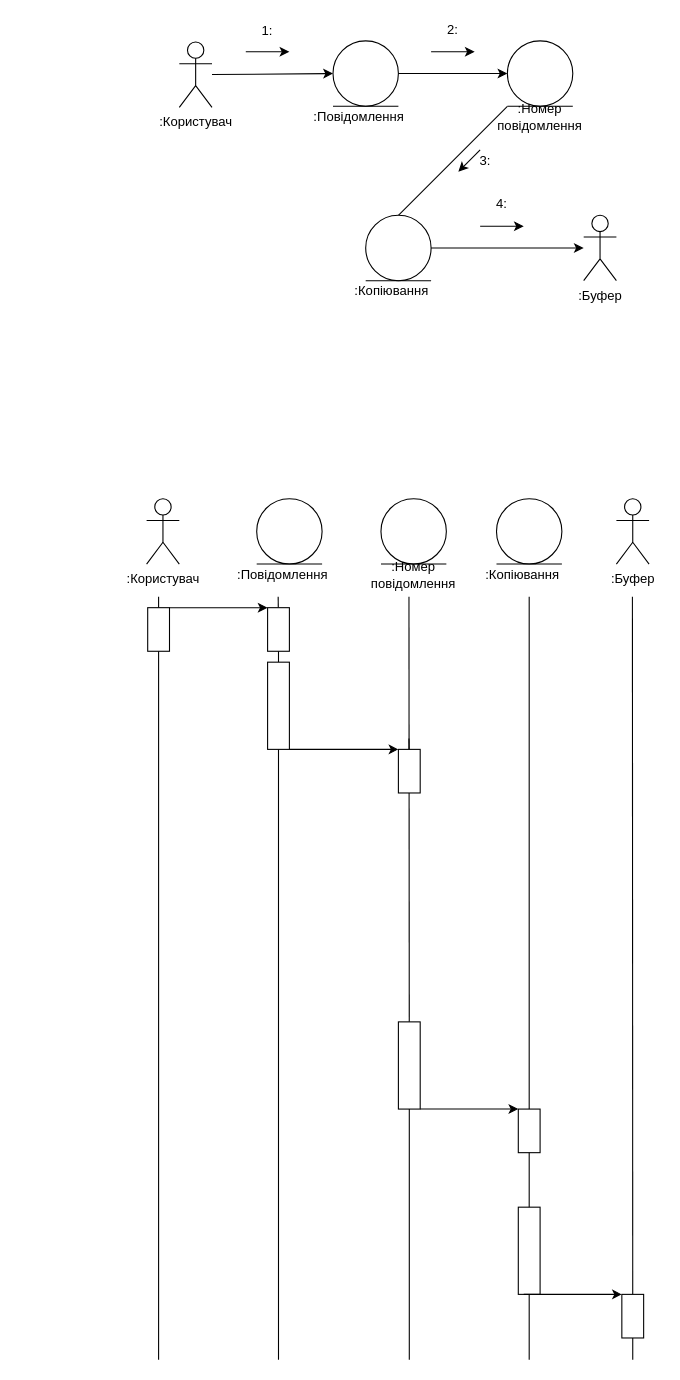
Earlier version of the draw.io diagram Untitled Diagram.drawio (YuraChernii/Dynamics365). Source tidied: cells renumbered, new cells numbered last; positions are measured from the earlier drawing's top-left corner, leaving out a move shared by most shapes. Both pictures are drawn from the tidied source at 109%, with x=0, y=0 at pixel (146, 19).
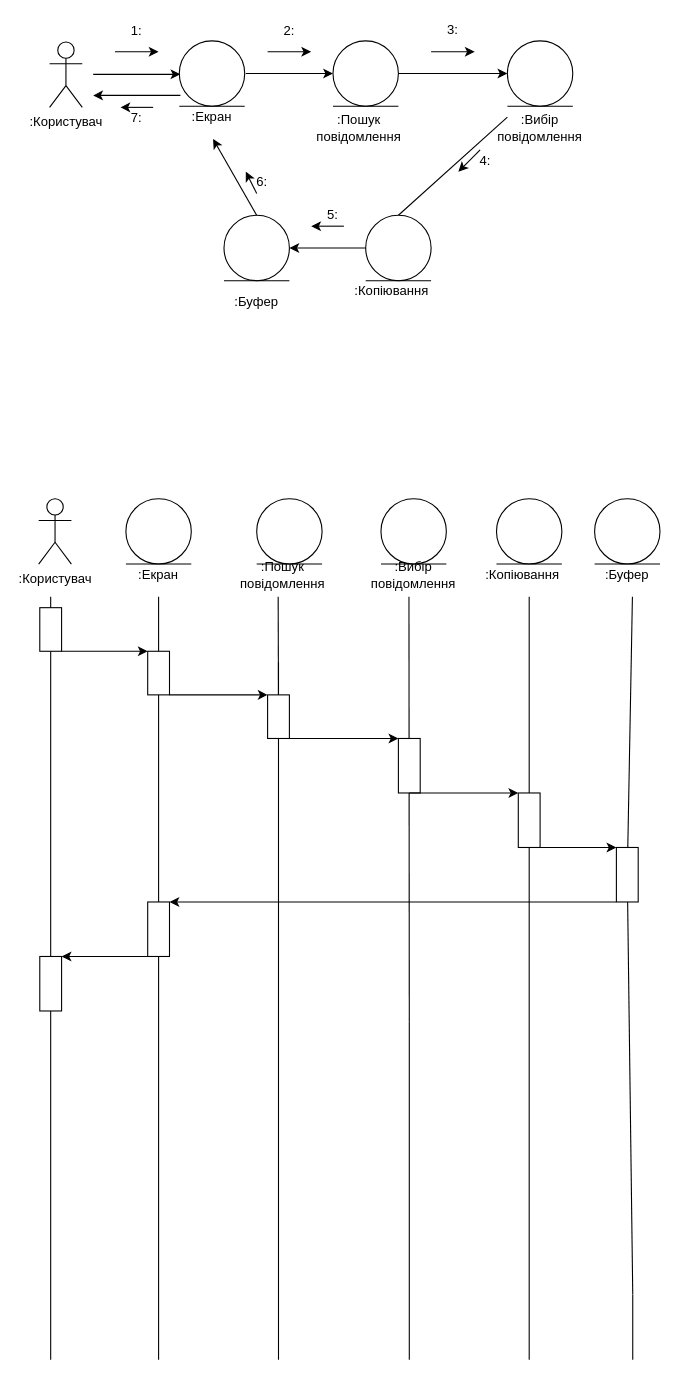
The same diagram, later.

The change refers to these unchanged cells:
```xml
<mxCell id="3" style="ellipse;whiteSpace=wrap;html=1;" parent="1" vertex="1">
  <mxGeometry x="171" y="20" width="60" height="60" as="geometry" />
</mxCell>
<mxCell id="16" style="ellipse;whiteSpace=wrap;html=1;" parent="1" vertex="1">
  <mxGeometry x="201" y="180" width="60" height="60" as="geometry" />
</mxCell>
```

The edit, as a diff of the source:
```diff
@@
-    <mxCell id="2" value=":Користувач" style="shape=umlActor;verticalLabelPosition=bottom;verticalAlign=top;html=1;outlineConnect=0;" parent="1" vertex="1">
-      <mxGeometry x="30" y="21" width="30" height="60" as="geometry" />
-    </mxCell>
@@
-    <mxCell id="5" value=":Повідомлення" style="text;html=1;strokeColor=none;fillColor=none;align=center;verticalAlign=middle;whiteSpace=wrap;rounded=0;" parent="1" vertex="1">
-      <mxGeometry x="175" y="80" width="40" height="20" as="geometry" />
+    <mxCell id="5" value=":Пошук повідомлення" style="text;html=1;strokeColor=none;fillColor=none;align=center;verticalAlign=middle;whiteSpace=wrap;rounded=0;" parent="1" vertex="1">
+      <mxGeometry x="175" y="90" width="40" height="20" as="geometry" />
     </mxCell>
-    <mxCell id="6" style="endArrow=classic;html=1;entryX=0;entryY=0.5;entryDx=0;entryDy=0;" parent="1" edge="1" source="2" target="3">
-      <mxGeometry relative="1" as="geometry" />
+    <mxCell id="6" style="endArrow=classic;html=1;entryX=0;entryY=0.5;entryDx=0;entryDy=0;" parent="1" edge="1" target="3">
+      <mxGeometry relative="1" as="geometry">
+        <mxPoint x="91" y="50" as="sourcePoint" />
+      </mxGeometry>
     </mxCell>
@@
-    <mxCell id="10" value=":Номер повідомлення" style="text;html=1;strokeColor=none;fillColor=none;align=center;verticalAlign=middle;whiteSpace=wrap;rounded=0;" parent="1" vertex="1">
-      <mxGeometry x="341" y="80" width="40" height="20" as="geometry" />
+    <mxCell id="10" value=":Вибір повідомлення" style="text;html=1;strokeColor=none;fillColor=none;align=center;verticalAlign=middle;whiteSpace=wrap;rounded=0;" parent="1" vertex="1">
+      <mxGeometry x="341" y="90" width="40" height="20" as="geometry" />
     </mxCell>
-    <mxCell id="11" style="endArrow=classic;html=1;" parent="1" edge="1">
-      <mxGeometry relative="1" as="geometry">
-        <mxPoint x="91" y="30" as="sourcePoint" />
-        <mxPoint x="131" y="30" as="targetPoint" />
-      </mxGeometry>
-    </mxCell>
@@
-    <mxCell id="13" value="1:" style="text;html=1;strokeColor=none;fillColor=none;align=center;verticalAlign=middle;whiteSpace=wrap;rounded=0;" parent="1" vertex="1">
-      <mxGeometry x="91" y="1" width="40" height="20" as="geometry" />
-    </mxCell>
-    <mxCell id="14" value="2:" style="text;html=1;strokeColor=none;fillColor=none;align=center;verticalAlign=middle;whiteSpace=wrap;rounded=0;" parent="1" vertex="1">
+    <mxCell id="14" value="3:" style="text;html=1;strokeColor=none;fillColor=none;align=center;verticalAlign=middle;whiteSpace=wrap;rounded=0;" parent="1" vertex="1">
       <mxGeometry x="261" width="40" height="20" as="geometry" />
     </mxCell>
@@
-    <mxCell id="19" value=":Буфер" style="shape=umlActor;verticalLabelPosition=bottom;verticalAlign=top;html=1;outlineConnect=0;" parent="1" vertex="1">
-      <mxGeometry x="401" y="180" width="30" height="60" as="geometry" />
-    </mxCell>
     <mxCell id="20" style="endArrow=classic;html=1;" parent="1" edge="1">
       <mxGeometry relative="1" as="geometry">
-        <mxPoint x="306" y="190" as="sourcePoint" />
-        <mxPoint x="346" y="190" as="targetPoint" />
+        <mxPoint x="181" y="190" as="sourcePoint" />
+        <mxPoint x="151" y="190" as="targetPoint" />
       </mxGeometry>
     </mxCell>
-    <mxCell id="21" value="4:" style="text;html=1;strokeColor=none;fillColor=none;align=center;verticalAlign=middle;whiteSpace=wrap;rounded=0;" parent="1" vertex="1">
-      <mxGeometry x="306" y="160" width="40" height="20" as="geometry" />
+    <mxCell id="21" value="5:" style="text;html=1;strokeColor=none;fillColor=none;align=center;verticalAlign=middle;whiteSpace=wrap;rounded=0;" parent="1" vertex="1">
+      <mxGeometry x="151" y="170" width="40" height="20" as="geometry" />
     </mxCell>
@@
-    <mxCell id="23" value="3:" style="text;html=1;strokeColor=none;fillColor=none;align=center;verticalAlign=middle;whiteSpace=wrap;rounded=0;" parent="1" vertex="1">
+    <mxCell id="23" value="4:" style="text;html=1;strokeColor=none;fillColor=none;align=center;verticalAlign=middle;whiteSpace=wrap;rounded=0;" parent="1" vertex="1">
       <mxGeometry x="291" y="120" width="40" height="20" as="geometry" />
     </mxCell>
-    <mxCell id="24" style="endArrow=classic;html=1;exitX=1;exitY=0.5;exitDx=0;exitDy=0;" parent="1" edge="1" source="16" target="19">
-      <mxGeometry relative="1" as="geometry" />
+    <mxCell id="24" style="endArrow=classic;html=1;" parent="1" edge="1">
+      <mxGeometry relative="1" as="geometry">
+        <mxPoint x="201" y="210" as="sourcePoint" />
+        <mxPoint x="131" y="210" as="targetPoint" />
+      </mxGeometry>
     </mxCell>
-    <mxCell id="25" value=":Користувач" style="shape=umlActor;verticalLabelPosition=bottom;verticalAlign=top;html=1;" parent="1" vertex="1">
-      <mxGeometry y="440" width="30" height="60" as="geometry" />
-    </mxCell>
@@
-    <mxCell id="28" value=":Повідомлення" style="text;html=1;strokeColor=none;fillColor=none;align=center;verticalAlign=middle;whiteSpace=wrap;rounded=0;" parent="1" vertex="1">
+    <mxCell id="28" value=":Пошук повідомлення" style="text;html=1;strokeColor=none;fillColor=none;align=center;verticalAlign=middle;whiteSpace=wrap;rounded=0;" parent="1" vertex="1">
       <mxGeometry x="105" y="500" width="40" height="20" as="geometry" />
     </mxCell>
@@
-    <mxCell id="31" value=":Номер повідомлення" style="text;html=1;strokeColor=none;fillColor=none;align=center;verticalAlign=middle;whiteSpace=wrap;rounded=0;" parent="1" vertex="1">
+    <mxCell id="31" value=":Вибір повідомлення" style="text;html=1;strokeColor=none;fillColor=none;align=center;verticalAlign=middle;whiteSpace=wrap;rounded=0;" parent="1" vertex="1">
       <mxGeometry x="225" y="500" width="40" height="20" as="geometry" />
     </mxCell>
@@
-    <mxCell id="35" value=":Буфер" style="shape=umlActor;verticalLabelPosition=bottom;verticalAlign=top;html=1;" parent="1" vertex="1">
-      <mxGeometry x="431" y="440" width="30" height="60" as="geometry" />
-    </mxCell>
-    <mxCell id="36" style="endArrow=none;html=1;" parent="1" edge="1">
+    <mxCell id="36" style="endArrow=none;html=1;startArrow=none;" parent="1" edge="1" source="37">
       <mxGeometry relative="1" as="geometry">
-        <mxPoint x="11" y="1230" as="sourcePoint" />
         <mxPoint x="11" y="530" as="targetPoint" />
       </mxGeometry>
     </mxCell>
-    <mxCell id="37" style="rounded=0;whiteSpace=wrap;html=1;" parent="1" vertex="1">
-      <mxGeometry x="1" y="540" width="20" height="40" as="geometry" />
-    </mxCell>
-    <mxCell id="38" style="endArrow=classic;html=1;exitX=1;exitY=0;exitDx=0;exitDy=0;entryX=0;entryY=0;entryDx=0;entryDy=0;" parent="1" edge="1" source="37" target="40">
+    <mxCell id="38" style="endArrow=classic;html=1;exitX=1;exitY=1;exitDx=0;exitDy=0;entryX=0;entryY=0;entryDx=0;entryDy=0;" parent="1" edge="1" source="37" target="40">
       <mxGeometry relative="1" as="geometry" />
     </mxCell>
@@
     <mxCell id="40" style="rounded=0;whiteSpace=wrap;html=1;" parent="1" vertex="1">
-      <mxGeometry x="111" y="540" width="20" height="40" as="geometry" />
+      <mxGeometry x="111" y="620" width="20" height="40" as="geometry" />
     </mxCell>
-    <mxCell id="41" style="endArrow=none;html=1;" parent="1" edge="1" source="42" target="40">
-      <mxGeometry relative="1" as="geometry" />
+    <mxCell id="41" style="endArrow=none;html=1;" parent="1" edge="1" target="40">
+      <mxGeometry relative="1" as="geometry">
+        <mxPoint x="121" y="590" as="sourcePoint" />
+      </mxGeometry>
     </mxCell>
-    <mxCell id="42" style="rounded=0;whiteSpace=wrap;html=1;" parent="1" vertex="1">
-      <mxGeometry x="111" y="590" width="20" height="80" as="geometry" />
-    </mxCell>
-    <mxCell id="43" style="endArrow=none;html=1;" parent="1" edge="1" target="42">
+    <mxCell id="43" style="endArrow=none;html=1;entryX=0.5;entryY=1;entryDx=0;entryDy=0;entryPerimeter=0;" parent="1" edge="1" target="40">
       <mxGeometry relative="1" as="geometry">
         <mxPoint x="121" y="1230" as="sourcePoint" />
       </mxGeometry>
     </mxCell>
-    <mxCell id="44" style="endArrow=none;html=1;" parent="1" edge="1" source="50">
+    <mxCell id="44" style="endArrow=none;html=1;" parent="1" edge="1">
       <mxGeometry relative="1" as="geometry">
+        <mxPoint x="241" y="920" as="sourcePoint" />
         <mxPoint x="240.7" y="530" as="targetPoint" />
       </mxGeometry>
     </mxCell>
-    <mxCell id="45" style="endArrow=none;html=1;" parent="1" edge="1">
+    <mxCell id="45" style="endArrow=none;html=1;startArrow=none;" parent="1" edge="1" source="86">
       <mxGeometry relative="1" as="geometry">
-        <mxPoint x="351" y="1230" as="sourcePoint" />
         <mxPoint x="351" y="530" as="targetPoint" />
       </mxGeometry>
     </mxCell>
-    <mxCell id="46" style="endArrow=none;html=1;" parent="1" edge="1" source="55">
+    <mxCell id="46" style="endArrow=none;html=1;startArrow=none;" parent="1" edge="1" source="89">
       <mxGeometry relative="1" as="geometry">
         <mxPoint x="445.7" y="530" as="targetPoint" />
       </mxGeometry>
     </mxCell>
-    <mxCell id="47" style="endArrow=classic;html=1;exitX=1;exitY=1;exitDx=0;exitDy=0;entryX=0;entryY=0;entryDx=0;entryDy=0;" parent="1" edge="1" source="42" target="49">
+    <mxCell id="47" style="endArrow=classic;html=1;exitX=1;exitY=1;exitDx=0;exitDy=0;entryX=0;entryY=0;entryDx=0;entryDy=0;" parent="1" edge="1" source="40" target="49">
       <mxGeometry relative="1" as="geometry" />
     </mxCell>
@@
     <mxCell id="49" style="rounded=0;whiteSpace=wrap;html=1;" parent="1" vertex="1">
-      <mxGeometry x="231" y="670" width="20" height="40" as="geometry" />
+      <mxGeometry x="231" y="660" width="20" height="50" as="geometry" />
     </mxCell>
-    <mxCell id="50" style="rounded=0;whiteSpace=wrap;html=1;" parent="1" vertex="1">
-      <mxGeometry x="231" y="920" width="20" height="80" as="geometry" />
-    </mxCell>
-    <mxCell id="51" style="endArrow=none;html=1;" parent="1" edge="1" target="50">
+    <mxCell id="51" style="endArrow=none;html=1;" parent="1" edge="1">
       <mxGeometry relative="1" as="geometry">
         <mxPoint x="241" y="1230" as="sourcePoint" />
+        <mxPoint x="241" y="920" as="targetPoint" />
       </mxGeometry>
     </mxCell>
-    <mxCell id="52" style="endArrow=classic;html=1;exitX=1;exitY=0;exitDx=0;exitDy=0;entryX=0;entryY=0;entryDx=0;entryDy=0;" parent="1" edge="1" target="53">
-      <mxGeometry relative="1" as="geometry">
-        <mxPoint x="251" y="1000" as="sourcePoint" />
-      </mxGeometry>
-    </mxCell>
-    <mxCell id="53" style="rounded=0;whiteSpace=wrap;html=1;" parent="1" vertex="1">
-      <mxGeometry x="341" y="1000" width="20" height="40" as="geometry" />
-    </mxCell>
-    <mxCell id="54" style="rounded=0;whiteSpace=wrap;html=1;" parent="1" vertex="1">
-      <mxGeometry x="341" y="1090" width="20" height="80" as="geometry" />
-    </mxCell>
-    <mxCell id="55" style="rounded=0;whiteSpace=wrap;html=1;" parent="1" vertex="1">
-      <mxGeometry x="436" y="1170" width="20" height="40" as="geometry" />
-    </mxCell>
-    <mxCell id="56" style="endArrow=none;html=1;" parent="1" edge="1" target="55">
+    <mxCell id="56" style="endArrow=none;html=1;" parent="1" edge="1">
       <mxGeometry relative="1" as="geometry">
         <mxPoint x="446" y="1230" as="sourcePoint" />
+        <mxPoint x="446" y="1170" as="targetPoint" />
       </mxGeometry>
     </mxCell>
-    <mxCell id="57" style="endArrow=classic;html=1;exitX=1;exitY=0;exitDx=0;exitDy=0;entryX=0;entryY=0;entryDx=0;entryDy=0;" parent="1" edge="1">
-      <mxGeometry relative="1" as="geometry">
-        <mxPoint x="346" y="1170" as="sourcePoint" />
-        <mxPoint x="436" y="1170" as="targetPoint" />
-      </mxGeometry>
-    </mxCell>
+    <mxCell id="58" value=":Користувач" style="shape=umlActor;verticalLabelPosition=bottom;verticalAlign=top;html=1;" parent="1" vertex="1">
+      <mxGeometry x="-99" y="440" width="30" height="60" as="geometry" />
+    </mxCell>
+    <mxCell id="59" style="endArrow=none;html=1;" parent="1" edge="1">
+      <mxGeometry relative="1" as="geometry">
+        <mxPoint x="-88" y="1230" as="sourcePoint" />
+        <mxPoint x="-88" y="530" as="targetPoint" />
+      </mxGeometry>
+    </mxCell>
+    <mxCell id="60" style="rounded=0;whiteSpace=wrap;html=1;" parent="1" vertex="1">
+      <mxGeometry x="-98" y="540" width="20" height="40" as="geometry" />
+    </mxCell>
+    <mxCell id="61" style="ellipse;whiteSpace=wrap;html=1;" parent="1" vertex="1">
+      <mxGeometry x="-19" y="440" width="60" height="60" as="geometry" />
+    </mxCell>
+    <mxCell id="62" style="endArrow=none;html=1;" parent="1" edge="1">
+      <mxGeometry relative="1" as="geometry">
+        <mxPoint x="-19" y="500" as="sourcePoint" />
+        <mxPoint x="41" y="500" as="targetPoint" />
+      </mxGeometry>
+    </mxCell>
+    <mxCell id="63" value=":Екран" style="text;html=1;strokeColor=none;fillColor=none;align=center;verticalAlign=middle;whiteSpace=wrap;rounded=0;" parent="1" vertex="1">
+      <mxGeometry x="-9" y="500" width="40" height="20" as="geometry" />
+    </mxCell>
+    <mxCell id="37" style="rounded=0;whiteSpace=wrap;html=1;" parent="1" vertex="1">
+      <mxGeometry x="1" y="580" width="20" height="40" as="geometry" />
+    </mxCell>
+    <mxCell id="64" style="endArrow=none;html=1;" parent="1" edge="1" target="37">
+      <mxGeometry relative="1" as="geometry">
+        <mxPoint x="11" y="1230" as="sourcePoint" />
+      </mxGeometry>
+    </mxCell>
+    <mxCell id="65" style="endArrow=classic;html=1;exitX=1;exitY=0;exitDx=0;exitDy=0;entryX=0;entryY=0;entryDx=0;entryDy=0;" parent="1" edge="1" target="37">
+      <mxGeometry relative="1" as="geometry">
+        <mxPoint x="-78" y="580" as="sourcePoint" />
+      </mxGeometry>
+    </mxCell>
+    <mxCell id="66" style="ellipse;whiteSpace=wrap;html=1;" parent="1" vertex="1">
+      <mxGeometry x="411" y="440" width="60" height="60" as="geometry" />
+    </mxCell>
+    <mxCell id="67" style="endArrow=none;html=1;" parent="1" edge="1">
+      <mxGeometry relative="1" as="geometry">
+        <mxPoint x="411" y="500" as="sourcePoint" />
+        <mxPoint x="471" y="500" as="targetPoint" />
+      </mxGeometry>
+    </mxCell>
+    <mxCell id="68" value=":Буфер" style="text;html=1;strokeColor=none;fillColor=none;align=center;verticalAlign=middle;whiteSpace=wrap;rounded=0;" parent="1" vertex="1">
+      <mxGeometry x="421" y="500" width="40" height="20" as="geometry" />
+    </mxCell>
+    <mxCell id="69" value=":Користувач" style="shape=umlActor;verticalLabelPosition=bottom;verticalAlign=top;html=1;" parent="1" vertex="1">
+      <mxGeometry x="-89" y="21" width="30" height="60" as="geometry" />
+    </mxCell>
+    <mxCell id="70" style="endArrow=classic;html=1;" parent="1" edge="1">
+      <mxGeometry relative="1" as="geometry">
+        <mxPoint x="111" y="30" as="sourcePoint" />
+        <mxPoint x="151" y="30" as="targetPoint" />
+      </mxGeometry>
+    </mxCell>
+    <mxCell id="71" value="2:" style="text;html=1;strokeColor=none;fillColor=none;align=center;verticalAlign=middle;whiteSpace=wrap;rounded=0;" parent="1" vertex="1">
+      <mxGeometry x="111" y="1" width="40" height="20" as="geometry" />
+    </mxCell>
+    <mxCell id="72" style="ellipse;whiteSpace=wrap;html=1;" parent="1" vertex="1">
+      <mxGeometry x="30" y="20" width="60" height="60" as="geometry" />
+    </mxCell>
+    <mxCell id="73" style="endArrow=none;html=1;" parent="1" edge="1">
+      <mxGeometry relative="1" as="geometry">
+        <mxPoint x="30" y="80" as="sourcePoint" />
+        <mxPoint x="90" y="80" as="targetPoint" />
+      </mxGeometry>
+    </mxCell>
+    <mxCell id="74" value=":Екран" style="text;html=1;strokeColor=none;fillColor=none;align=center;verticalAlign=middle;whiteSpace=wrap;rounded=0;" parent="1" vertex="1">
+      <mxGeometry x="40" y="80" width="40" height="20" as="geometry" />
+    </mxCell>
+    <mxCell id="75" style="endArrow=classic;html=1;entryX=0;entryY=0.5;entryDx=0;entryDy=0;" parent="1" edge="1">
+      <mxGeometry relative="1" as="geometry">
+        <mxPoint x="-49" y="50.7" as="sourcePoint" />
+        <mxPoint x="31" y="50.7" as="targetPoint" />
+      </mxGeometry>
+    </mxCell>
+    <mxCell id="76" style="endArrow=classic;html=1;" parent="1" edge="1">
+      <mxGeometry relative="1" as="geometry">
+        <mxPoint x="-29" y="30" as="sourcePoint" />
+        <mxPoint x="11" y="30" as="targetPoint" />
+      </mxGeometry>
+    </mxCell>
+    <mxCell id="13" value="1:" style="text;html=1;strokeColor=none;fillColor=none;align=center;verticalAlign=middle;whiteSpace=wrap;rounded=0;" parent="1" vertex="1">
+      <mxGeometry x="-29" y="1" width="40" height="20" as="geometry" />
+    </mxCell>
+    <mxCell id="77" style="ellipse;whiteSpace=wrap;html=1;" parent="1" vertex="1">
+      <mxGeometry x="71" y="180" width="60" height="60" as="geometry" />
+    </mxCell>
+    <mxCell id="78" style="endArrow=none;html=1;" parent="1" edge="1">
+      <mxGeometry relative="1" as="geometry">
+        <mxPoint x="71" y="240" as="sourcePoint" />
+        <mxPoint x="131" y="240" as="targetPoint" />
+      </mxGeometry>
+    </mxCell>
+    <mxCell id="79" value="&lt;span&gt;:Буфер&lt;/span&gt;" style="text;html=1;strokeColor=none;fillColor=none;align=center;verticalAlign=middle;whiteSpace=wrap;rounded=0;" parent="1" vertex="1">
+      <mxGeometry x="81" y="250" width="40" height="20" as="geometry" />
+    </mxCell>
+    <mxCell id="80" style="endArrow=classic;html=1;exitX=0.5;exitY=0;exitDx=0;exitDy=0;" parent="1" edge="1" source="77">
+      <mxGeometry relative="1" as="geometry">
+        <mxPoint x="61" y="110" as="targetPoint" />
+      </mxGeometry>
+    </mxCell>
+    <mxCell id="81" style="endArrow=classic;html=1;" parent="1" edge="1">
+      <mxGeometry relative="1" as="geometry">
+        <mxPoint x="101" y="160" as="sourcePoint" />
+        <mxPoint x="91" y="140" as="targetPoint" />
+      </mxGeometry>
+    </mxCell>
+    <mxCell id="82" value="6:" style="text;html=1;strokeColor=none;fillColor=none;align=center;verticalAlign=middle;whiteSpace=wrap;rounded=0;" parent="1" vertex="1">
+      <mxGeometry x="91" y="140" width="30" height="20" as="geometry" />
+    </mxCell>
+    <mxCell id="83" style="endArrow=classic;html=1;" parent="1" edge="1">
+      <mxGeometry relative="1" as="geometry">
+        <mxPoint x="31" y="70" as="sourcePoint" />
+        <mxPoint x="-49" y="70" as="targetPoint" />
+      </mxGeometry>
+    </mxCell>
+    <mxCell id="84" value="7:" style="text;html=1;strokeColor=none;fillColor=none;align=center;verticalAlign=middle;whiteSpace=wrap;rounded=0;" parent="1" vertex="1">
+      <mxGeometry x="-24" y="81" width="30" height="20" as="geometry" />
+    </mxCell>
+    <mxCell id="85" style="endArrow=classic;html=1;entryX=0;entryY=0;entryDx=0;entryDy=0;exitX=1;exitY=0;exitDx=0;exitDy=0;" parent="1" edge="1" source="84" target="84">
+      <mxGeometry relative="1" as="geometry" />
+    </mxCell>
+    <mxCell id="86" style="rounded=0;whiteSpace=wrap;html=1;" parent="1" vertex="1">
+      <mxGeometry x="341" y="710" width="20" height="50" as="geometry" />
+    </mxCell>
+    <mxCell id="87" style="endArrow=none;html=1;" parent="1" edge="1" target="86">
+      <mxGeometry relative="1" as="geometry">
+        <mxPoint x="351" y="1230" as="sourcePoint" />
+      </mxGeometry>
+    </mxCell>
+    <mxCell id="88" style="endArrow=classic;html=1;exitX=1;exitY=1;exitDx=0;exitDy=0;entryX=0;entryY=0;entryDx=0;entryDy=0;" parent="1" edge="1">
+      <mxGeometry relative="1" as="geometry">
+        <mxPoint x="241" y="710" as="sourcePoint" />
+        <mxPoint x="341" y="710" as="targetPoint" />
+      </mxGeometry>
+    </mxCell>
+    <mxCell id="89" style="rounded=0;whiteSpace=wrap;html=1;" parent="1" vertex="1">
+      <mxGeometry x="431" y="760" width="20" height="50" as="geometry" />
+    </mxCell>
+    <mxCell id="90" style="endArrow=none;html=1;" parent="1" edge="1" target="89">
+      <mxGeometry relative="1" as="geometry">
+        <mxPoint x="446" y="1170" as="sourcePoint" />
+      </mxGeometry>
+    </mxCell>
+    <mxCell id="91" style="endArrow=classic;html=1;entryX=0;entryY=0;entryDx=0;entryDy=0;" parent="1" edge="1">
+      <mxGeometry relative="1" as="geometry">
+        <mxPoint x="341" y="760" as="sourcePoint" />
+        <mxPoint x="431" y="760" as="targetPoint" />
+      </mxGeometry>
+    </mxCell>
+    <mxCell id="92" style="rounded=0;whiteSpace=wrap;html=1;" parent="1" vertex="1">
+      <mxGeometry x="1" y="810" width="20" height="50" as="geometry" />
+    </mxCell>
+    <mxCell id="93" style="endArrow=classic;html=1;entryX=1;entryY=0;entryDx=0;entryDy=0;exitX=0;exitY=1;exitDx=0;exitDy=0;" parent="1" edge="1" source="89" target="92">
+      <mxGeometry relative="1" as="geometry" />
+    </mxCell>
+    <mxCell id="94" style="rounded=0;whiteSpace=wrap;html=1;" parent="1" vertex="1">
+      <mxGeometry x="-98" y="860" width="20" height="50" as="geometry" />
+    </mxCell>
+    <mxCell id="95" style="endArrow=classic;html=1;entryX=1;entryY=0;entryDx=0;entryDy=0;" parent="1" edge="1">
+      <mxGeometry relative="1" as="geometry">
+        <mxPoint x="1" y="860" as="sourcePoint" />
+        <mxPoint x="-78" y="860" as="targetPoint" />
+      </mxGeometry>
+    </mxCell>
```
